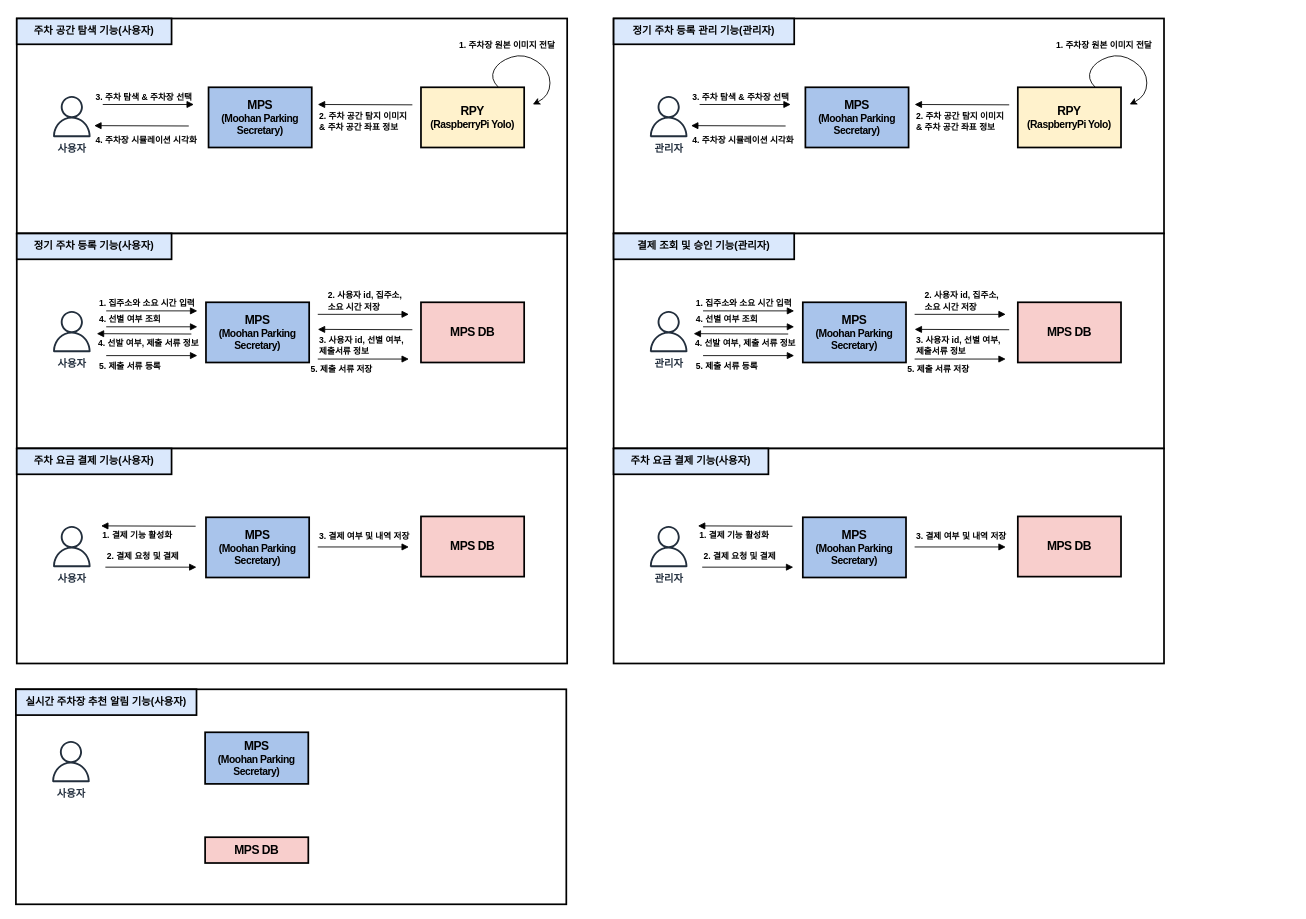
This is page "유스케이스-1" (2 of 2) of 제목 없는 다이어그램.drawio from hyun10144/Lecture3-1, a draw.io file, before an edit. Source tidied: cells renumbered, new cells numbered last; positions are measured from the earlier drawing's top-left corner, leaving out a move shared by most shapes. Both pictures are drawn from the tidied source at 86%, with x=0, y=0 at pixel (15, 18).
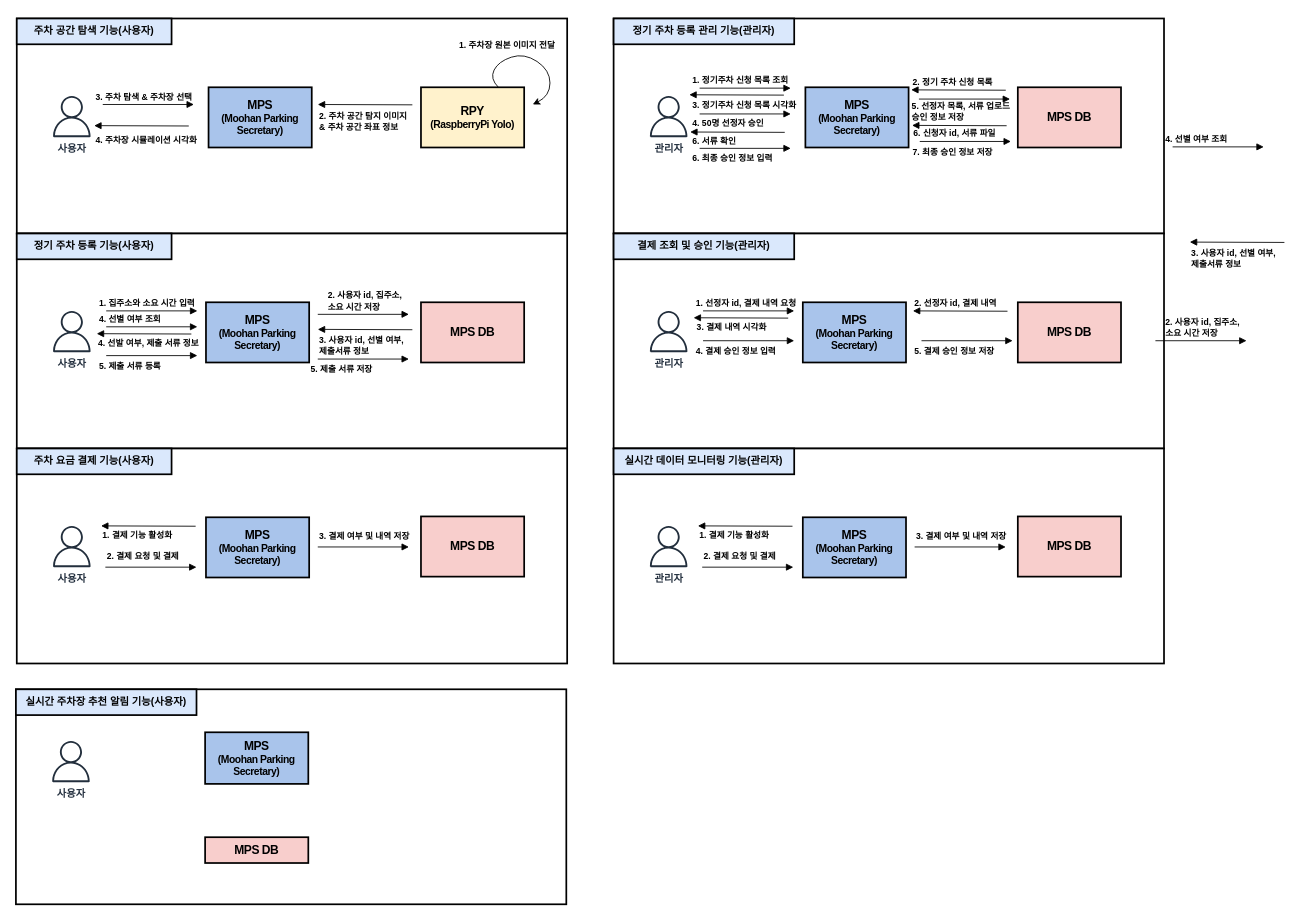
Above is the later version.

Commit message (it also covers changes not shown here):
제목 없는 다이어그램.drawio 업데이트

Diff of the diagram source:
```diff
@@
-    <mxCell id="44" value="&lt;p class=&quot;0&quot;&gt;&lt;span style=&quot;font-family: &amp;quot;맑은 고딕&amp;quot;;&quot;&gt;&lt;font style=&quot;font-size: 12px;&quot;&gt;&lt;b&gt;주차 요금 결제 기능(사용자)&lt;/b&gt;&lt;/font&gt;&lt;/span&gt;&lt;/p&gt;&lt;div class=&quot;hwp_editor_board_content&quot; id=&quot;hwpEditorBoardContent&quot;&gt;&lt;/div&gt;" style="rounded=0;whiteSpace=wrap;html=1;strokeWidth=2;fillColor=#dae8fc;strokeColor=#000000;" parent="1" vertex="1">
-      <mxGeometry x="695" y="500" width="180" height="30" as="geometry" />
+    <mxCell id="44" value="&lt;p class=&quot;0&quot;&gt;&lt;span style=&quot;font-family: &amp;quot;맑은 고딕&amp;quot;;&quot;&gt;&lt;font style=&quot;font-size: 12px;&quot;&gt;&lt;b&gt;실시간 데이터 모니터링 기능(관리자)&lt;/b&gt;&lt;/font&gt;&lt;/span&gt;&lt;/p&gt;&lt;div class=&quot;hwp_editor_board_content&quot; id=&quot;hwpEditorBoardContent&quot;&gt;&lt;/div&gt;" style="rounded=0;whiteSpace=wrap;html=1;strokeWidth=2;fillColor=#dae8fc;strokeColor=#000000;" parent="1" vertex="1">
+      <mxGeometry x="695" y="500" width="210" height="30" as="geometry" />
     </mxCell>
@@
-    <mxCell id="47" value="&lt;p style=&quot;mso-pagination:none;text-autospace:none;mso-padding-alt:0pt 0pt 0pt 0pt;&quot; class=&quot;0&quot;&gt;&lt;span style=&quot;font-family: &amp;quot;맑은 고딕&amp;quot;; letter-spacing: -0.4pt; background-color: initial;&quot;&gt;&lt;b&gt;&lt;font style=&quot;font-size: 14px;&quot;&gt;RPY&lt;/font&gt;&lt;br&gt;&lt;font style=&quot;font-size: 12px;&quot;&gt;(RaspberryPi Yolo)&lt;/font&gt;&lt;/b&gt;&lt;/span&gt;&lt;/p&gt;&lt;div class=&quot;hwp_editor_board_content&quot; id=&quot;hwpEditorBoardContent&quot;&gt;&lt;/div&gt;" style="rounded=0;whiteSpace=wrap;html=1;strokeWidth=2;fillColor=#fff2cc;strokeColor=#000000;" parent="1" vertex="1">
-      <mxGeometry x="1165" y="80" width="120" height="70" as="geometry" />
-    </mxCell>
@@
-    <mxCell id="51" value="&lt;font style=&quot;font-size: 10px;&quot;&gt;&lt;b&gt;3. 주차 탐색 &amp;amp; 주차장 선택&lt;/b&gt;&lt;/font&gt;" style="html=1;verticalAlign=bottom;labelBackgroundColor=none;endArrow=block;endFill=1;endSize=6;align=left;rounded=0;" parent="1" edge="1">
+    <mxCell id="51" value="&lt;font style=&quot;font-size: 10px;&quot;&gt;&lt;b&gt;1. 정기주차 신청 목록 조회&lt;/b&gt;&lt;/font&gt;" style="html=1;verticalAlign=bottom;labelBackgroundColor=none;endArrow=block;endFill=1;endSize=6;align=left;rounded=0;" parent="1" edge="1">
       <mxGeometry x="-1" y="-10" relative="1" as="geometry">
-        <mxPoint x="795" y="100" as="sourcePoint" />
-        <mxPoint x="901" y="100" as="targetPoint" />
+        <mxPoint x="795" y="81" as="sourcePoint" />
+        <mxPoint x="901" y="81" as="targetPoint" />
         <mxPoint x="-10" y="-10" as="offset" />
       </mxGeometry>
     </mxCell>
-    <mxCell id="52" value="&lt;font style=&quot;font-size: 10px;&quot;&gt;&lt;b&gt;2. 주차 공간 탐지 이미지&amp;nbsp;&lt;/b&gt;&lt;/font&gt;&lt;div&gt;&lt;font style=&quot;font-size: 10px;&quot;&gt;&lt;b&gt;&amp;amp; 주차 공간 좌표 정보&lt;/b&gt;&lt;/font&gt;&lt;/div&gt;" style="html=1;verticalAlign=bottom;labelBackgroundColor=none;endArrow=none;endFill=0;endSize=6;align=left;rounded=0;startArrow=block;startFill=1;" parent="1" edge="1">
-      <mxGeometry x="-1" y="-35" relative="1" as="geometry">
-        <mxPoint x="1045" y="100" as="sourcePoint" />
-        <mxPoint x="1155" y="100.4" as="targetPoint" />
+    <mxCell id="52" value="&lt;span style=&quot;font-size: 10px;&quot;&gt;&lt;b&gt;2. 정기 주차 신청 목록&lt;/b&gt;&lt;/span&gt;" style="html=1;verticalAlign=bottom;labelBackgroundColor=none;endArrow=none;endFill=0;endSize=6;align=left;rounded=0;startArrow=block;startFill=1;" parent="1" edge="1">
+      <mxGeometry x="-1" relative="1" as="geometry">
+        <mxPoint x="1041" y="83" as="sourcePoint" />
+        <mxPoint x="1151" y="83.4" as="targetPoint" />
       </mxGeometry>
     </mxCell>
-    <mxCell id="53" value="&lt;span style=&quot;font-size: 10px;&quot;&gt;&lt;b&gt;4. 주차장 시뮬레이션 시각화&lt;/b&gt;&lt;/span&gt;" style="html=1;verticalAlign=bottom;labelBackgroundColor=none;endArrow=none;endFill=0;endSize=6;align=left;rounded=0;startArrow=block;startFill=1;" parent="1" edge="1">
-      <mxGeometry x="-1" y="-25" relative="1" as="geometry">
-        <mxPoint x="785" y="124.6" as="sourcePoint" />
-        <mxPoint x="895" y="125" as="targetPoint" />
+    <mxCell id="53" value="&lt;span style=&quot;font-size: 10px;&quot;&gt;&lt;b&gt;3. 정기주차 신청 목록 시각화&lt;/b&gt;&lt;/span&gt;" style="html=1;verticalAlign=bottom;labelBackgroundColor=none;endArrow=none;endFill=0;endSize=6;align=left;rounded=0;startArrow=block;startFill=1;" parent="1" edge="1">
+      <mxGeometry x="-0.96" y="-20" relative="1" as="geometry">
+        <mxPoint x="783" y="88.7" as="sourcePoint" />
+        <mxPoint x="893" y="89.1" as="targetPoint" />
       </mxGeometry>
     </mxCell>
-    <mxCell id="54" style="curved=1;endArrow=classic;html=1;rounded=0;" parent="1" edge="1">
-      <mxGeometry relative="1" as="geometry">
-        <mxPoint x="1255" y="80" as="sourcePoint" />
-        <mxPoint x="1295" y="100" as="targetPoint" />
-        <Array as="points">
-          <mxPoint x="1245" y="70" />
-          <mxPoint x="1255" y="50" />
-          <mxPoint x="1285" y="40" />
-          <mxPoint x="1315" y="60" />
-          <mxPoint x="1315" y="90" />
-        </Array>
-      </mxGeometry>
-    </mxCell>
-    <mxCell id="55" value="&lt;b&gt;&lt;font style=&quot;font-size: 10px;&quot;&gt;1. 주차장 원본 이미지 전달&lt;/font&gt;&lt;/b&gt;" style="edgeLabel;html=1;align=center;verticalAlign=middle;" parent="54" vertex="1">
-      <mxGeometry x="0.05" y="3" relative="1" as="geometry">
-        <mxPoint x="-34" y="-15" as="offset" />
-      </mxGeometry>
-    </mxCell>
-    <mxCell id="56" value="&lt;b&gt;&lt;font style=&quot;font-size: 10px;&quot;&gt;1. 집주소와 소요 시간 입력&lt;/font&gt;&lt;/b&gt;" style="html=1;verticalAlign=bottom;labelBackgroundColor=none;endArrow=block;endFill=1;endSize=6;align=left;rounded=0;" parent="1" edge="1">
+    <mxCell id="56" value="&lt;b&gt;&lt;font style=&quot;font-size: 10px;&quot;&gt;1. 선정자 id, 결제 내역 요청&lt;/font&gt;&lt;/b&gt;" style="html=1;verticalAlign=bottom;labelBackgroundColor=none;endArrow=block;endFill=1;endSize=6;align=left;rounded=0;" parent="1" edge="1">
       <mxGeometry x="-1" y="-10" relative="1" as="geometry">
         <mxPoint x="799" y="340" as="sourcePoint" />
         <mxPoint x="905" y="340" as="targetPoint" />
         <mxPoint x="-10" y="-10" as="offset" />
       </mxGeometry>
     </mxCell>
     <mxCell id="57" value="&lt;span style=&quot;font-size: 10px;&quot;&gt;&lt;b&gt;4. 선별 여부 조회&lt;/b&gt;&lt;/span&gt;" style="html=1;verticalAlign=bottom;labelBackgroundColor=none;endArrow=block;endFill=1;endSize=6;align=left;rounded=0;" parent="1" edge="1">
       <mxGeometry x="-1" y="-10" relative="1" as="geometry">
-        <mxPoint x="799" y="358.5" as="sourcePoint" />
-        <mxPoint x="905" y="358.5" as="targetPoint" />
+        <mxPoint x="1345" y="149.3" as="sourcePoint" />
+        <mxPoint x="1451" y="149.3" as="targetPoint" />
         <mxPoint x="-10" y="-10" as="offset" />
       </mxGeometry>
     </mxCell>
     <mxCell id="58" value="&lt;b&gt;&lt;font style=&quot;font-size: 10px;&quot;&gt;2. 사용자 id, 집주소, &lt;br&gt;소요 시간 저장&lt;/font&gt;&lt;/b&gt;" style="html=1;verticalAlign=bottom;labelBackgroundColor=none;endArrow=block;endFill=1;endSize=6;align=left;rounded=0;" parent="1" edge="1">
       <mxGeometry x="-0.81" relative="1" as="geometry">
-        <mxPoint x="1045" y="344" as="sourcePoint" />
-        <mxPoint x="1151" y="344" as="targetPoint" />
+        <mxPoint x="1325" y="374.7" as="sourcePoint" />
+        <mxPoint x="1431" y="374.7" as="targetPoint" />
       </mxGeometry>
     </mxCell>
     <mxCell id="59" value="&lt;div&gt;&lt;font style=&quot;font-size: 10px;&quot;&gt;&lt;b&gt;3. 사용자 id, 선별 여부,&amp;nbsp; &lt;br&gt;제출서류 정보&lt;/b&gt;&lt;/font&gt;&lt;/div&gt;" style="html=1;verticalAlign=bottom;labelBackgroundColor=none;endArrow=none;endFill=0;endSize=6;align=left;rounded=0;startArrow=block;startFill=1;" parent="1" edge="1">
       <mxGeometry x="-1" y="-35" relative="1" as="geometry">
-        <mxPoint x="1045" y="361.5" as="sourcePoint" />
-        <mxPoint x="1155" y="361.9" as="targetPoint" />
+        <mxPoint x="1365" y="260" as="sourcePoint" />
+        <mxPoint x="1475" y="260.4" as="targetPoint" />
       </mxGeometry>
     </mxCell>
-    <mxCell id="60" value="&lt;span style=&quot;font-size: 10px;&quot;&gt;&lt;b&gt;5. 제출 서류 등록&lt;/b&gt;&lt;/span&gt;" style="html=1;verticalAlign=bottom;labelBackgroundColor=none;endArrow=block;endFill=1;endSize=6;align=left;rounded=0;" parent="1" edge="1">
+    <mxCell id="60" value="&lt;span style=&quot;font-size: 10px;&quot;&gt;&lt;b&gt;4. 결제 승인 정보 입력&lt;/b&gt;&lt;/span&gt;" style="html=1;verticalAlign=bottom;labelBackgroundColor=none;endArrow=block;endFill=1;endSize=6;align=left;rounded=0;" parent="1" edge="1">
       <mxGeometry x="-1" y="-23" relative="1" as="geometry">
-        <mxPoint x="799" y="392" as="sourcePoint" />
-        <mxPoint x="905" y="392" as="targetPoint" />
+        <mxPoint x="799" y="374.7" as="sourcePoint" />
+        <mxPoint x="905" y="374.7" as="targetPoint" />
         <mxPoint x="-10" y="-2" as="offset" />
       </mxGeometry>
     </mxCell>
-    <mxCell id="61" value="&lt;div&gt;&lt;span style=&quot;font-size: 10px;&quot;&gt;&lt;b&gt;4. 선발 여부, 제출 서류 정보&lt;/b&gt;&lt;/span&gt;&lt;/div&gt;" style="html=1;verticalAlign=bottom;labelBackgroundColor=none;endArrow=none;endFill=0;endSize=6;align=left;rounded=0;startArrow=block;startFill=1;" parent="1" edge="1">
-      <mxGeometry x="-1" y="-20" relative="1" as="geometry">
-        <mxPoint x="788" y="366.5" as="sourcePoint" />
-        <mxPoint x="898" y="366.9" as="targetPoint" />
-      </mxGeometry>
-    </mxCell>
-    <mxCell id="62" value="&lt;span style=&quot;font-size: 10px;&quot;&gt;&lt;b&gt;5. 제출 서류 저장&lt;/b&gt;&lt;/span&gt;" style="html=1;verticalAlign=bottom;labelBackgroundColor=none;endArrow=block;endFill=1;endSize=6;align=left;rounded=0;" parent="1" edge="1">
+    <mxCell id="62" value="&lt;span style=&quot;font-size: 10px;&quot;&gt;&lt;b&gt;5. 결제 승인 정보 저장&lt;/b&gt;&lt;/span&gt;" style="html=1;verticalAlign=bottom;labelBackgroundColor=none;endArrow=block;endFill=1;endSize=6;align=left;rounded=0;" parent="1" edge="1">
       <mxGeometry x="-1" y="-23" relative="1" as="geometry">
-        <mxPoint x="1045" y="396" as="sourcePoint" />
-        <mxPoint x="1151" y="396" as="targetPoint" />
+        <mxPoint x="1053" y="374.7" as="sourcePoint" />
+        <mxPoint x="1159" y="374.7" as="targetPoint" />
         <mxPoint x="-10" y="-2" as="offset" />
       </mxGeometry>
     </mxCell>
@@
+    <mxCell id="67" value="&lt;p style=&quot;mso-pagination:none;text-autospace:none;mso-padding-alt:0pt 0pt 0pt 0pt;&quot; class=&quot;0&quot;&gt;&lt;b&gt;&lt;span style=&quot;font-family: &amp;quot;맑은 고딕&amp;quot;; letter-spacing: -0.4pt;&quot; lang=&quot;EN-US&quot;&gt;&lt;span style=&quot;font-size: 14px;&quot;&gt;MPS DB&lt;/span&gt;&lt;/span&gt;&lt;br&gt;&lt;/b&gt;&lt;/p&gt;&lt;div class=&quot;hwp_editor_board_content&quot; id=&quot;hwpEditorBoardContent&quot;&gt;&lt;/div&gt;" style="rounded=0;whiteSpace=wrap;html=1;strokeWidth=2;fillColor=#f8cecc;strokeColor=#000000;" parent="1" vertex="1">
+      <mxGeometry x="1165" y="80" width="120" height="70" as="geometry" />
+    </mxCell>
+    <mxCell id="68" value="&lt;font style=&quot;font-size: 10px;&quot;&gt;&lt;b&gt;4. 50명 선정자 승인&lt;br&gt;&lt;br&gt;&lt;/b&gt;&lt;/font&gt;" style="html=1;verticalAlign=bottom;labelBackgroundColor=none;endArrow=block;endFill=1;endSize=6;align=left;rounded=0;" parent="1" edge="1">
+      <mxGeometry x="-1" y="-34" relative="1" as="geometry">
+        <mxPoint x="795" y="111" as="sourcePoint" />
+        <mxPoint x="901" y="111" as="targetPoint" />
+        <mxPoint x="-10" y="-2" as="offset" />
+      </mxGeometry>
+    </mxCell>
+    <mxCell id="69" value="&lt;font style=&quot;font-size: 10px;&quot;&gt;&lt;b&gt;5. 선정자 목록, 서류 업로드 &lt;br&gt;승인 정보 저장&lt;/b&gt;&lt;/font&gt;" style="html=1;verticalAlign=bottom;labelBackgroundColor=none;endArrow=block;endFill=1;endSize=6;align=left;rounded=0;" parent="1" edge="1">
+      <mxGeometry x="-1" y="-32" relative="1" as="geometry">
+        <mxPoint x="1050" y="93.7" as="sourcePoint" />
+        <mxPoint x="1156" y="93.7" as="targetPoint" />
+        <mxPoint x="-10" y="-2" as="offset" />
+      </mxGeometry>
+    </mxCell>
+    <mxCell id="70" value="&lt;span style=&quot;font-size: 10px;&quot;&gt;&lt;b&gt;6. 서류 확인&amp;nbsp;&lt;/b&gt;&lt;/span&gt;" style="html=1;verticalAlign=bottom;labelBackgroundColor=none;endArrow=none;endFill=0;endSize=6;align=left;rounded=0;startArrow=block;startFill=1;" parent="1" edge="1">
+      <mxGeometry x="-0.98" y="-19" relative="1" as="geometry">
+        <mxPoint x="784" y="132" as="sourcePoint" />
+        <mxPoint x="894" y="132.4" as="targetPoint" />
+      </mxGeometry>
+    </mxCell>
+    <mxCell id="71" value="&lt;font style=&quot;font-size: 10px;&quot;&gt;&lt;b&gt;7. 최종 승인 정보 저장&lt;/b&gt;&lt;/font&gt;" style="html=1;verticalAlign=bottom;labelBackgroundColor=none;endArrow=block;endFill=1;endSize=6;align=left;rounded=0;" parent="1" edge="1">
+      <mxGeometry x="-1" y="-23" relative="1" as="geometry">
+        <mxPoint x="1051" y="143" as="sourcePoint" />
+        <mxPoint x="1157" y="143" as="targetPoint" />
+        <mxPoint x="-10" y="-2" as="offset" />
+      </mxGeometry>
+    </mxCell>
+    <mxCell id="72" value="&lt;span style=&quot;font-size: 10px;&quot;&gt;&lt;b&gt;6. 신청자 id, 서류 파일&lt;/b&gt;&lt;/span&gt;" style="html=1;verticalAlign=bottom;labelBackgroundColor=none;endArrow=none;endFill=0;endSize=6;align=left;rounded=0;startArrow=block;startFill=1;" parent="1" edge="1">
+      <mxGeometry x="-1" y="-18" relative="1" as="geometry">
+        <mxPoint x="1042" y="124.3" as="sourcePoint" />
+        <mxPoint x="1152" y="124.7" as="targetPoint" />
+      </mxGeometry>
+    </mxCell>
+    <mxCell id="73" value="&lt;font style=&quot;font-size: 10px;&quot;&gt;&lt;b&gt;6. 최종 승인 정보 입력&lt;/b&gt;&lt;/font&gt;" style="html=1;verticalAlign=bottom;labelBackgroundColor=none;endArrow=block;endFill=1;endSize=6;align=left;rounded=0;" parent="1" edge="1">
+      <mxGeometry x="-1" y="-22" relative="1" as="geometry">
+        <mxPoint x="795" y="151" as="sourcePoint" />
+        <mxPoint x="901" y="151" as="targetPoint" />
+        <mxPoint x="-10" y="-2" as="offset" />
+      </mxGeometry>
+    </mxCell>
+    <mxCell id="74" value="&lt;span style=&quot;font-size: 10px;&quot;&gt;&lt;b&gt;2. 선정자 id, 결제 내역&amp;nbsp;&lt;/b&gt;&lt;/span&gt;" style="html=1;verticalAlign=bottom;labelBackgroundColor=none;endArrow=none;endFill=0;endSize=6;align=left;rounded=0;startArrow=block;startFill=1;" parent="1" edge="1">
+      <mxGeometry x="-1" relative="1" as="geometry">
+        <mxPoint x="1043" y="340" as="sourcePoint" />
+        <mxPoint x="1153" y="340.4" as="targetPoint" />
+      </mxGeometry>
+    </mxCell>
+    <mxCell id="75" value="&lt;span style=&quot;font-size: 10px;&quot;&gt;&lt;b&gt;3. 결제 내역 시각화&lt;/b&gt;&lt;/span&gt;" style="html=1;verticalAlign=bottom;labelBackgroundColor=none;endArrow=none;endFill=0;endSize=6;align=left;rounded=0;startArrow=block;startFill=1;" parent="1" edge="1">
+      <mxGeometry x="-0.96" y="-20" relative="1" as="geometry">
+        <mxPoint x="788" y="348" as="sourcePoint" />
+        <mxPoint x="898" y="348.4" as="targetPoint" />
+      </mxGeometry>
+    </mxCell>
```
